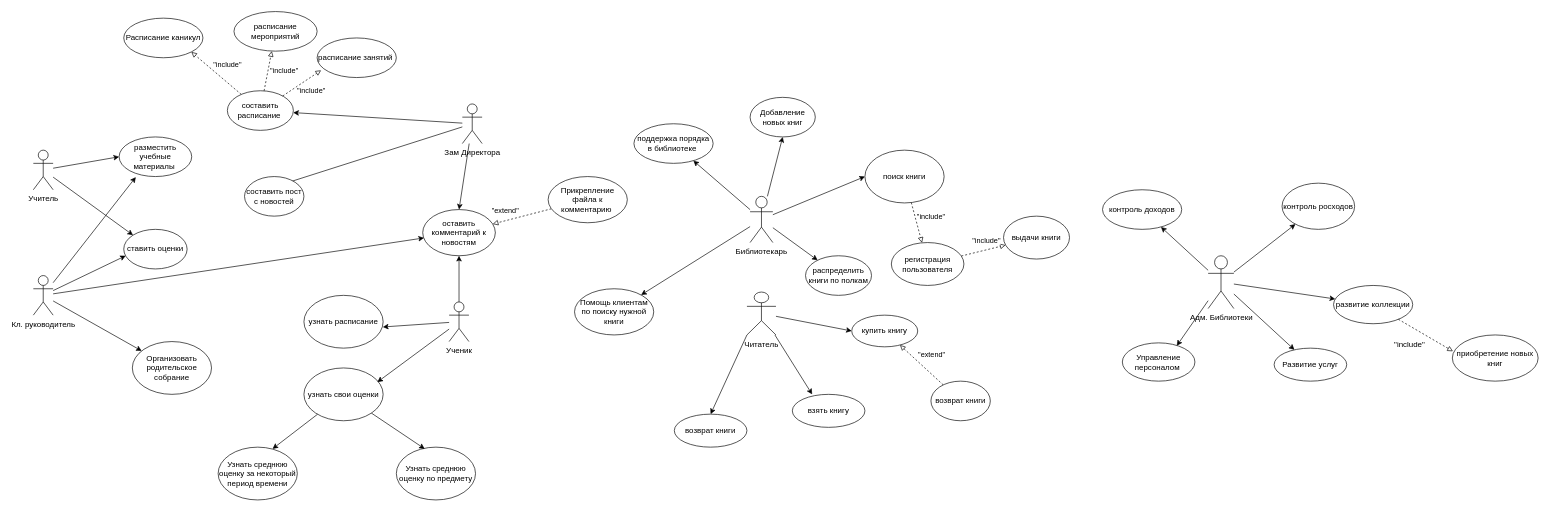
Before: Диаграмма без названия.drawio in KhamchievAli06/dem-, a draw.io diagram. Source tidied: cells renumbered, new cells numbered last; positions are measured from the earlier drawing's top-left corner, leaving out a move shared by most shapes. Both pictures are drawn from the tidied source at 66%, with x=0, y=0 at pixel (33, 11).
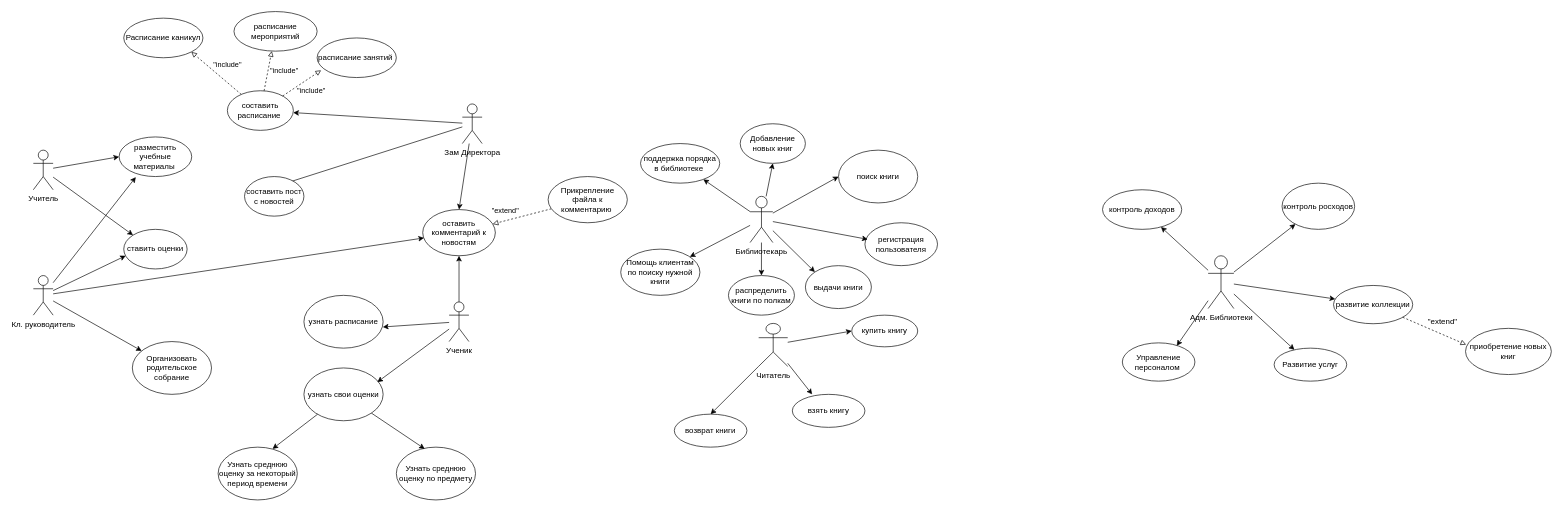
The same diagram, later.

The change refers to these unchanged cells:
```xml
<mxCell id="53" value="Библиотекарь" style="shape=umlActor;verticalLabelPosition=bottom;verticalAlign=top;html=1;outlineConnect=0;" parent="1" vertex="1">
  <mxGeometry x="1086" y="280" width="34.5" height="70" as="geometry" />
</mxCell>
<mxCell id="63" value="купить книгу" style="ellipse;whiteSpace=wrap;html=1;" parent="1" vertex="1">
  <mxGeometry x="1240" y="460" width="100" height="48" as="geometry" />
</mxCell>
```

Change to the diagram source:
```diff
@@
     <mxCell id="47" value="Читатель" style="shape=umlActor;verticalLabelPosition=bottom;verticalAlign=top;html=1;outlineConnect=0;" parent="1" vertex="1">
-      <mxGeometry x="1081.2" y="425" width="44" height="65" as="geometry" />
+      <mxGeometry x="1099" y="472.5" width="44" height="65" as="geometry" />
     </mxCell>
@@
+    <mxCell id="86" style="edgeStyle=none;rounded=0;jettySize=auto;html=1;entryX=0;entryY=0;entryDx=0;entryDy=0;" parent="1" edge="1" source="53" target="69">
+      <mxGeometry relative="1" as="geometry" />
+    </mxCell>
@@
-    <mxCell id="54" style="edgeStyle=none;rounded=0;jettySize=auto;html=1;dashed=1;endArrow=block;endFill=0;" parent="1" edge="1" source="56" target="62">
-      <mxGeometry relative="1" as="geometry" />
-    </mxCell>
-    <mxCell id="55" value="&quot;include&quot;" style="edgeLabel;html=1;align=center;verticalAlign=middle;" parent="54" vertex="1">
-      <mxGeometry x="0.02" y="-1" relative="1" as="geometry">
-        <mxPoint x="22" y="-10" as="offset" />
-      </mxGeometry>
-    </mxCell>
     <mxCell id="56" value="поиск книги" style="ellipse;whiteSpace=wrap;html=1;" parent="1" vertex="1">
-      <mxGeometry x="1260" y="210" width="120" height="80" as="geometry" />
+      <mxGeometry x="1220" y="210" width="120" height="80" as="geometry" />
     </mxCell>
-    <mxCell id="57" style="edgeStyle=none;rounded=0;jettySize=auto;html=1;dashed=1;endArrow=block;endFill=0;" parent="1" edge="1" source="59" target="63">
-      <mxGeometry relative="1" as="geometry" />
-    </mxCell>
-    <mxCell id="58" value="&quot;extend&quot;" style="edgeLabel;html=1;align=center;verticalAlign=middle;" parent="57" vertex="1">
-      <mxGeometry x="0.08" y="1" relative="1" as="geometry">
-        <mxPoint x="18" y="-14" as="offset" />
-      </mxGeometry>
-    </mxCell>
-    <mxCell id="59" value="возврат книги" style="ellipse;whiteSpace=wrap;html=1;" parent="1" vertex="1">
-      <mxGeometry x="1360" y="560" width="90" height="60" as="geometry" />
-    </mxCell>
-    <mxCell id="60" style="edgeStyle=none;rounded=0;jettySize=auto;html=1;dashed=1;endArrow=block;endFill=0;" parent="1" edge="1" source="62" target="69">
-      <mxGeometry relative="1" as="geometry" />
-    </mxCell>
-    <mxCell id="61" value="&quot;include&quot;" style="edgeLabel;html=1;align=center;verticalAlign=middle;" parent="60" vertex="1">
-      <mxGeometry x="0.12" relative="1" as="geometry">
-        <mxPoint y="-15" as="offset" />
-      </mxGeometry>
-    </mxCell>
     <mxCell id="62" value="регистрация пользователя" style="ellipse;whiteSpace=wrap;html=1;" parent="1" vertex="1">
-      <mxGeometry x="1300" y="350" width="110" height="65" as="geometry" />
+      <mxGeometry x="1260" y="320" width="110" height="65" as="geometry" />
     </mxCell>
@@
     <mxCell id="69" value="выдачи книги" style="ellipse;whiteSpace=wrap;html=1;" parent="1" vertex="1">
-      <mxGeometry x="1470" y="310" width="100" height="65" as="geometry" />
+      <mxGeometry x="1169.8" y="385" width="100" height="65" as="geometry" />
     </mxCell>
@@
     <mxCell id="73" value="Добавление новых книг" style="ellipse;whiteSpace=wrap;html=1;" parent="1" vertex="1">
-      <mxGeometry x="1086" y="130" width="98.8" height="60" as="geometry" />
+      <mxGeometry x="1071" y="170" width="98.8" height="60" as="geometry" />
     </mxCell>
     <mxCell id="74" value="распределить книги по полкам" style="ellipse;whiteSpace=wrap;html=1;" parent="1" vertex="1">
-      <mxGeometry x="1170" y="370" width="100" height="60" as="geometry" />
+      <mxGeometry x="1053.2" y="400" width="100" height="60" as="geometry" />
     </mxCell>
@@
     <mxCell id="76" value="Помощь клиентам по поиску нужной книги" style="ellipse;whiteSpace=wrap;html=1;" parent="1" vertex="1">
-      <mxGeometry x="820" y="420" width="120" height="70" as="geometry" />
+      <mxGeometry x="890" y="360" width="120" height="70" as="geometry" />
     </mxCell>
     <mxCell id="77" value="поддержка порядка в библиотеке&amp;nbsp;" style="ellipse;whiteSpace=wrap;html=1;" parent="1" vertex="1">
-      <mxGeometry x="910" y="170" width="120" height="60" as="geometry" />
+      <mxGeometry x="920" y="200" width="120" height="60" as="geometry" />
     </mxCell>
@@
     <mxCell id="83" value="приобретение новых книг" style="ellipse;whiteSpace=wrap;html=1;" parent="1" vertex="1">
-      <mxGeometry x="2150" y="490" width="130" height="70" as="geometry" />
+      <mxGeometry x="2170" y="480" width="130" height="70" as="geometry" />
     </mxCell>
@@
-    <mxCell id="85" value="&quot;include&quot;" style="text;html=1;align=center;verticalAlign=middle;strokeColor=none;fillColor=none;" parent="1" vertex="1">
-      <mxGeometry x="2050" y="490" width="70" height="30" as="geometry" />
+    <mxCell id="85" value="&quot;extend&quot;" style="text;html=1;align=center;verticalAlign=middle;strokeColor=none;fillColor=none;" parent="1" vertex="1">
+      <mxGeometry x="2100" y="455" width="70" height="30" as="geometry" />
     </mxCell>
+    <mxCell id="87" style="edgeStyle=none;rounded=0;jettySize=auto;html=1;entryX=0.038;entryY=0.387;entryDx=0;entryDy=0;entryPerimeter=0;" parent="1" edge="1" source="53" target="62">
+      <mxGeometry relative="1" as="geometry" />
+    </mxCell>
```
